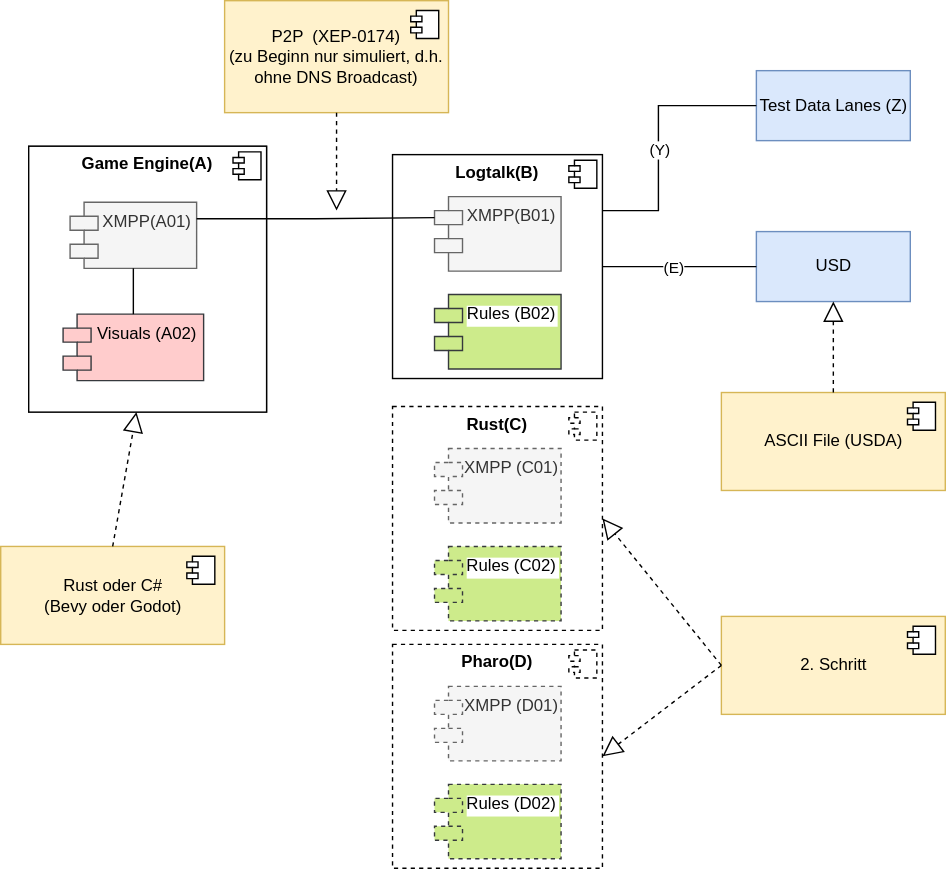
Before: doc/USD_traffic_bench.svg, a diagram exported from draw.io (hnbeck/ECTrafficModeller). Source tidied: cells renumbered, new cells last; positions are measured from the earlier drawing's top-left corner, leaving out a move shared by most shapes.
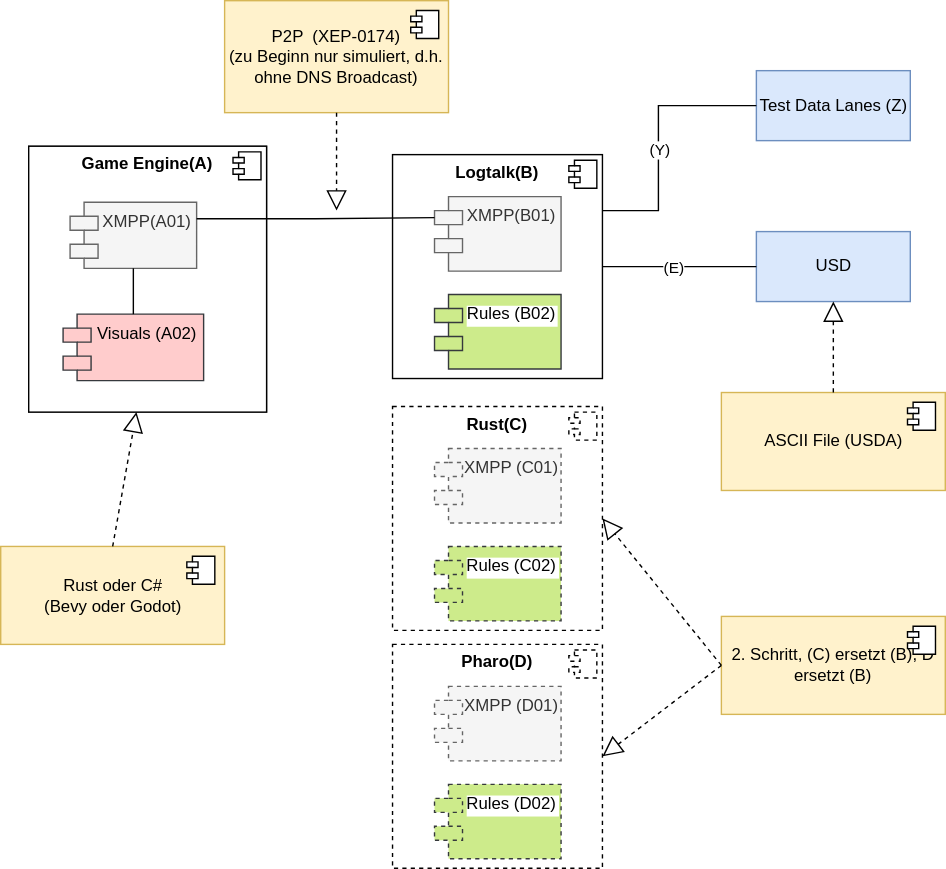
Later version of the same file.

The edit, as a diff of the source:
```diff
@@ -120,7 +120,7 @@
     <mxCell id="35" value="Rules (D02)" style="shape=module;align=left;spacingLeft=20;align=center;verticalAlign=top;rounded=0;flipV=0;flipH=0;fillColor=#cdeb8b;strokeColor=#36393d;labelBackgroundColor=default;dashed=1;" parent="31" vertex="1">
       <mxGeometry x="30" y="100" width="90.4" height="53.2" as="geometry" />
     </mxCell>
-    <mxCell id="36" value="2. Schritt" style="html=1;fillColor=#fff2cc;strokeColor=#d6b656;" parent="1" vertex="1">
+    <mxCell id="36" value="2. Schritt, (C) ersetzt (B), D ersetzt (B)&lt;br&gt;" style="html=1;fillColor=#fff2cc;strokeColor=#d6b656;whiteSpace=wrap;" parent="1" vertex="1">
       <mxGeometry x="515" y="440" width="160" height="70" as="geometry" />
     </mxCell>
     <mxCell id="37" style="shape=module;jettyWidth=8;jettyHeight=4;" parent="36" vertex="1">
```
